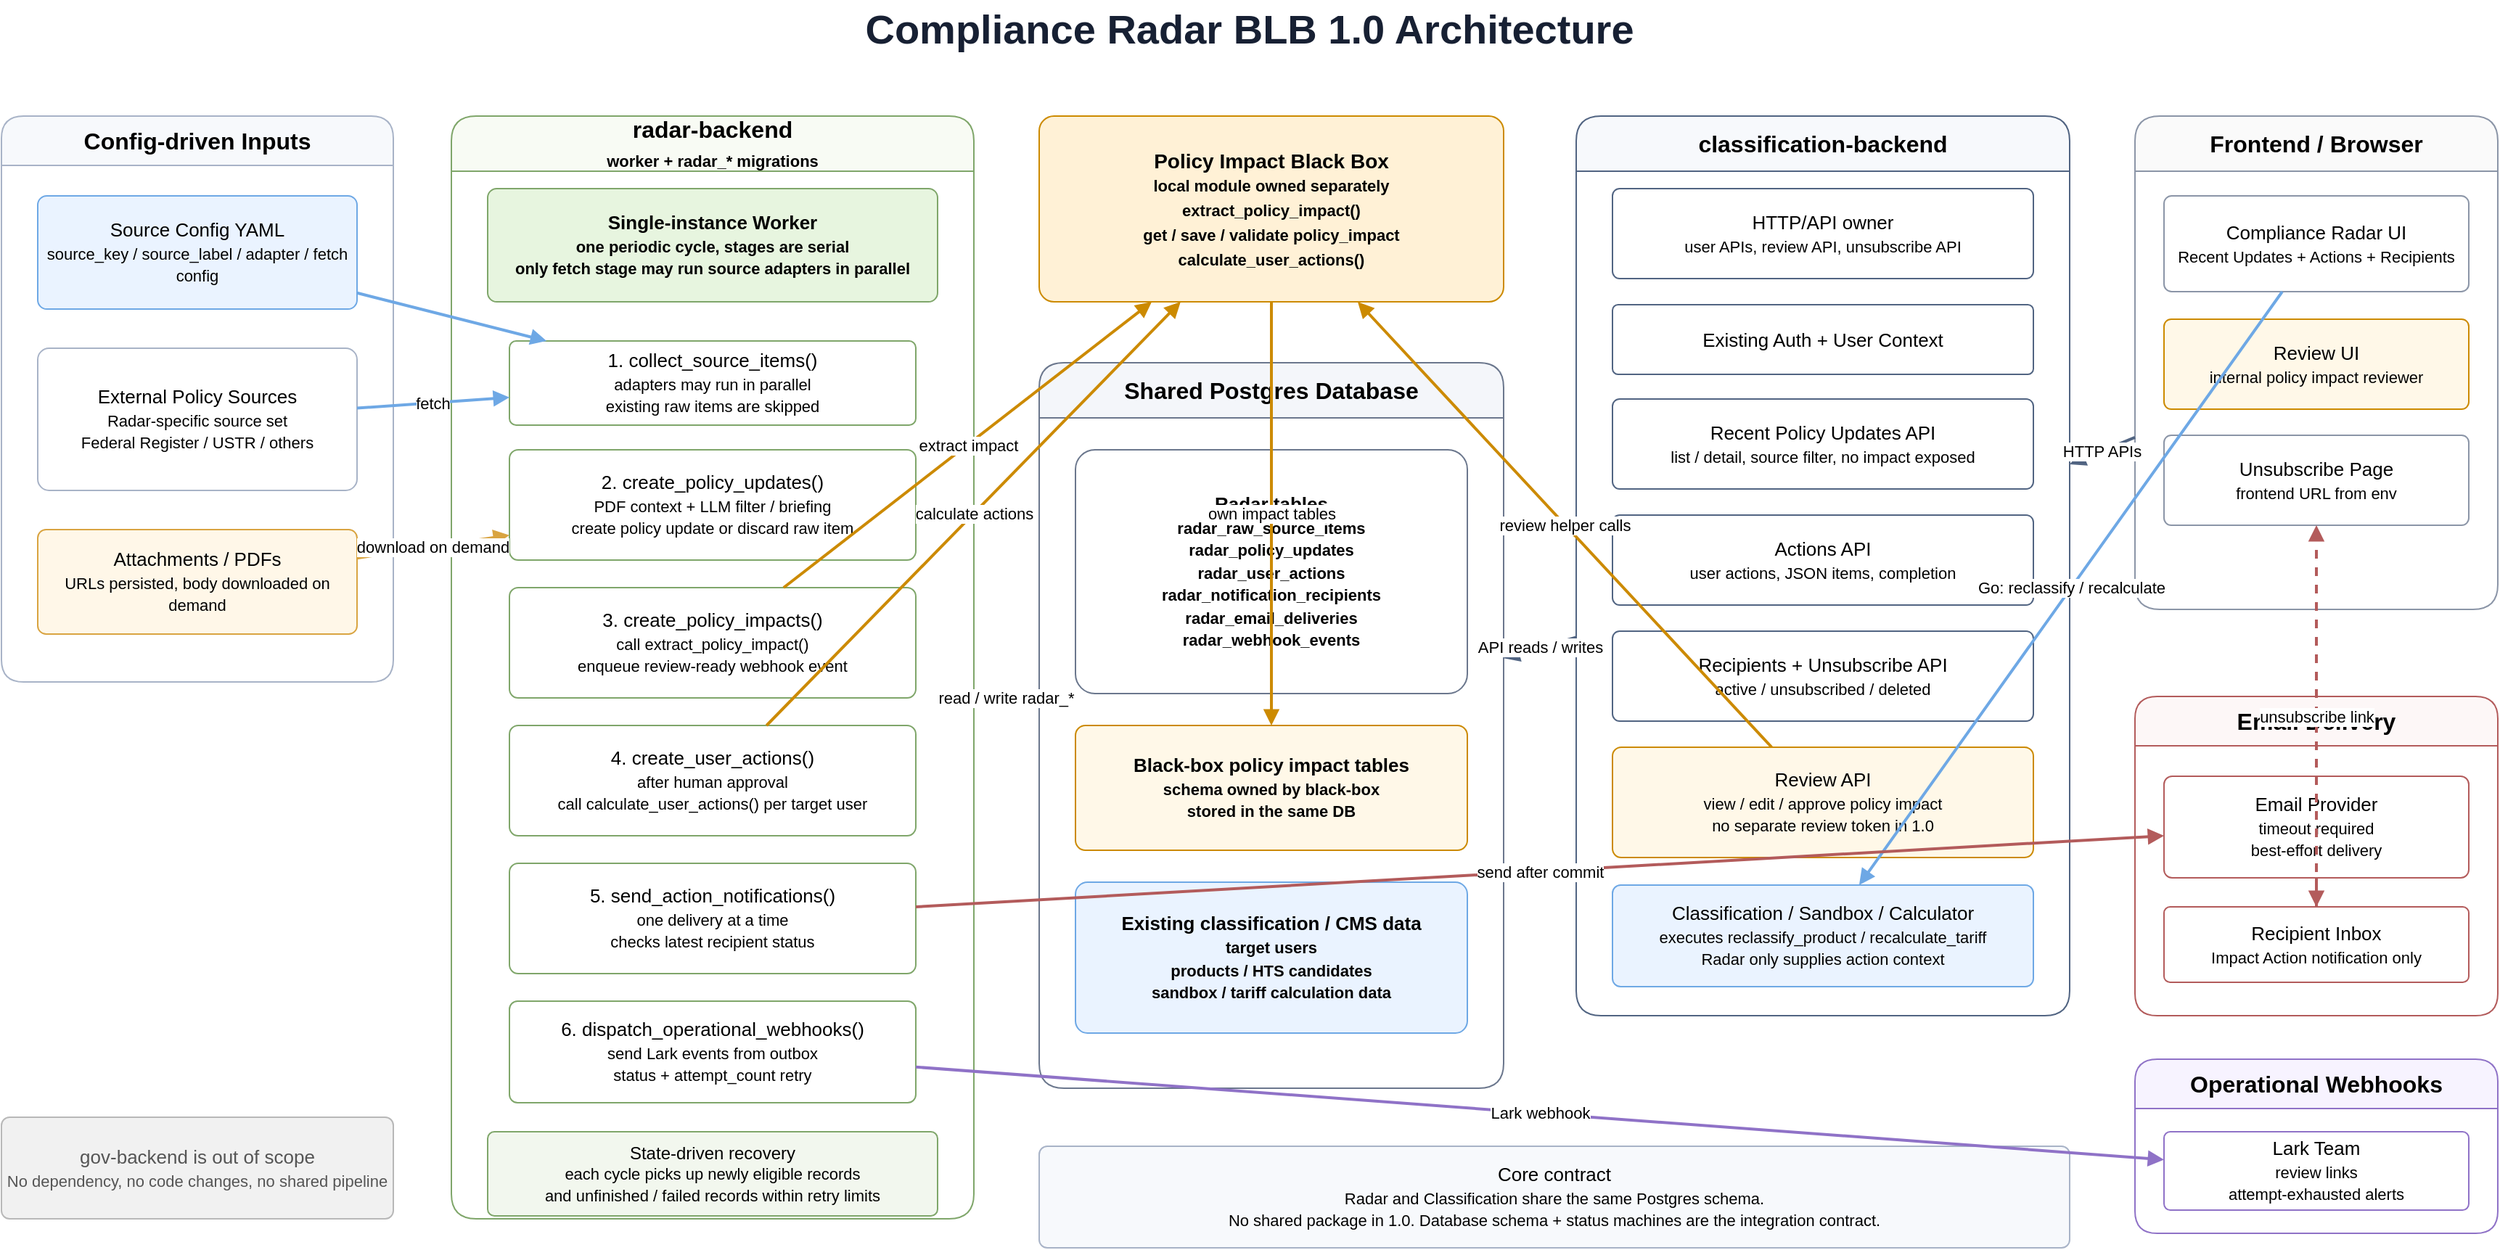
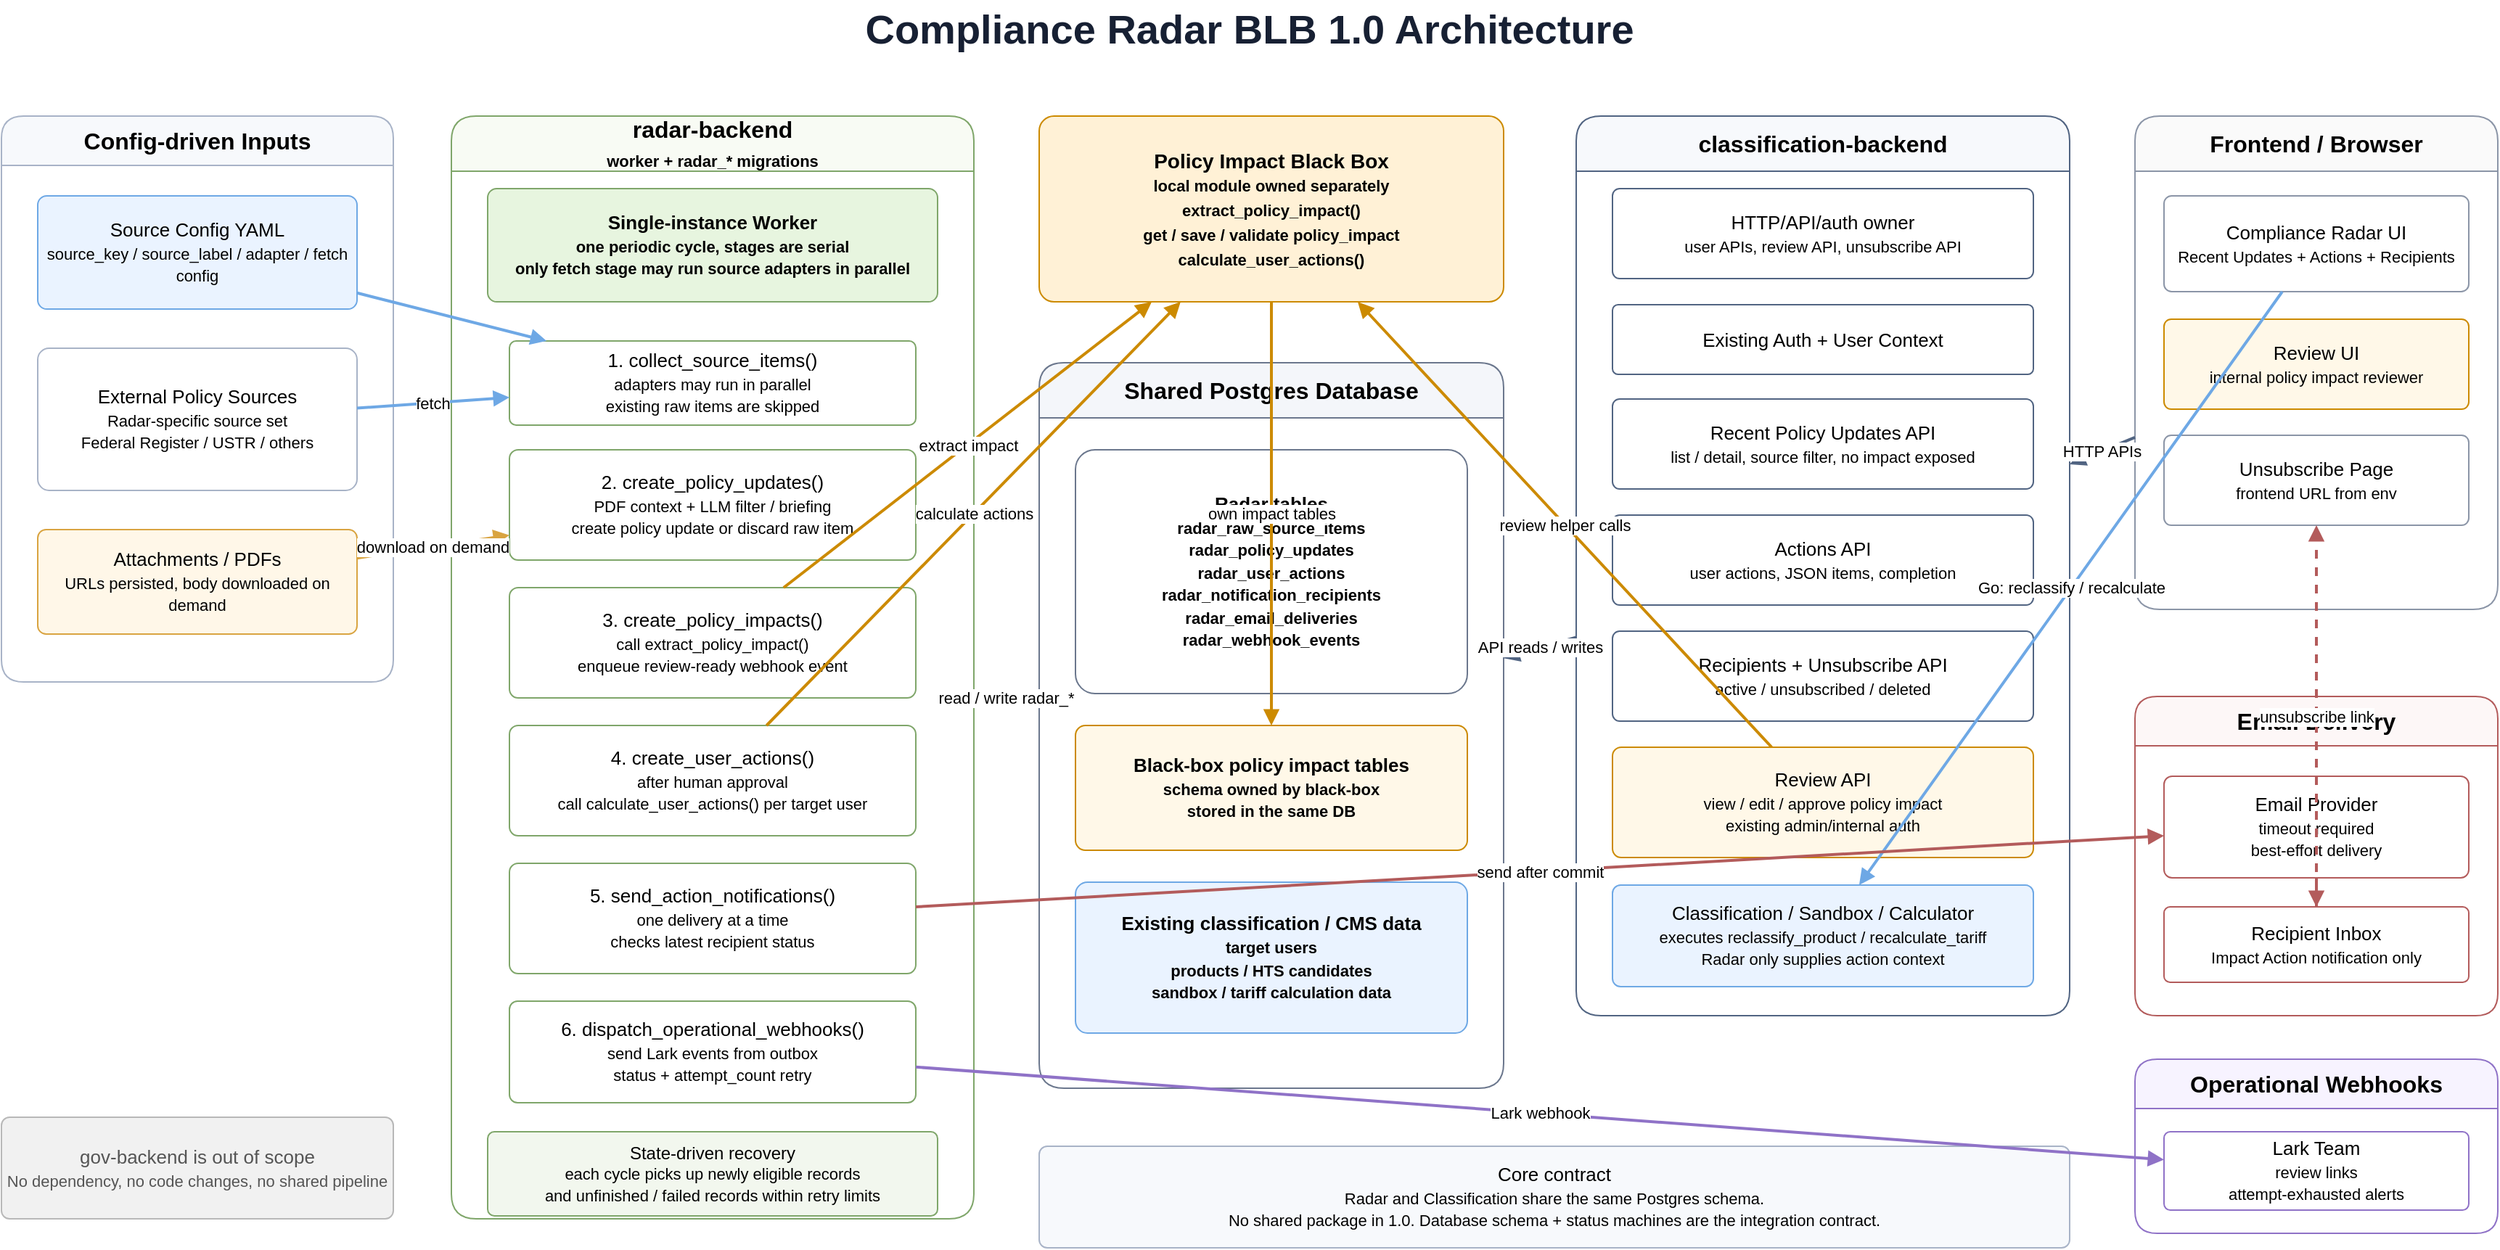
<mxfile host="app.diagrams.net" modified="2026-05-12T00:00:00.000Z" agent="Codex" version="24.7.17" type="device">
  <diagram id="compliance-radar-architecture" name="Compliance Radar Architecture">
    <mxGraphModel dx="1800" dy="1100" grid="1" gridSize="10" guides="1" tooltips="1" connect="1" arrows="1" fold="1" page="1" pageScale="1" pageWidth="1800" pageHeight="1100" math="0" shadow="0">
      <root>
        <mxCell id="0" />
        <mxCell id="1" parent="0" />

        <mxCell id="title" value="Compliance Radar BLB 1.0 Architecture" style="text;html=1;strokeColor=none;fillColor=none;align=center;verticalAlign=middle;whiteSpace=wrap;rounded=0;fontSize=28;fontStyle=1;fontColor=#172033;" vertex="1" parent="1">
          <mxGeometry x="40" y="20" width="1720" height="40" as="geometry" />
        </mxCell>

        <mxCell id="sourcesContainer" value="Config-driven Inputs" style="swimlane;html=1;startSize=34;rounded=1;whiteSpace=wrap;fillColor=#F7F9FC;strokeColor=#A8B3C7;fontSize=16;fontStyle=1;" vertex="1" parent="1">
          <mxGeometry x="40" y="100" width="270" height="390" as="geometry" />
        </mxCell>
        <mxCell id="sourceConfig" value="Source Config YAML&lt;br&gt;&lt;font style=&quot;font-size: 11px;&quot;&gt;source_key / source_label / adapter / fetch config&lt;/font&gt;" style="rounded=1;whiteSpace=wrap;html=1;arcSize=8;fillColor=#EAF3FF;strokeColor=#6EA8E5;fontSize=13;" vertex="1" parent="1">
          <mxGeometry x="65" y="155" width="220" height="78" as="geometry" />
        </mxCell>
        <mxCell id="externalSources" value="External Policy Sources&lt;br&gt;&lt;font style=&quot;font-size: 11px;&quot;&gt;Radar-specific source set&lt;br&gt;Federal Register / USTR / others&lt;/font&gt;" style="rounded=1;whiteSpace=wrap;html=1;arcSize=8;fillColor=#FFFFFF;strokeColor=#A8B3C7;fontSize=13;" vertex="1" parent="1">
          <mxGeometry x="65" y="260" width="220" height="98" as="geometry" />
        </mxCell>
        <mxCell id="attachments" value="Attachments / PDFs&lt;br&gt;&lt;font style=&quot;font-size: 11px;&quot;&gt;URLs persisted, body downloaded on demand&lt;/font&gt;" style="rounded=1;whiteSpace=wrap;html=1;arcSize=8;fillColor=#FFF7E8;strokeColor=#D9A441;fontSize=13;" vertex="1" parent="1">
          <mxGeometry x="65" y="385" width="220" height="72" as="geometry" />
        </mxCell>

        <mxCell id="radarContainer" value="radar-backend&lt;br&gt;&lt;font style=&quot;font-size: 11px;&quot;&gt;worker + radar_* migrations&lt;/font&gt;" style="swimlane;html=1;startSize=38;rounded=1;whiteSpace=wrap;fillColor=#F8FBF4;strokeColor=#7FA66A;fontSize=16;fontStyle=1;" vertex="1" parent="1">
          <mxGeometry x="350" y="100" width="360" height="760" as="geometry" />
        </mxCell>
        <mxCell id="singleWorker" value="Single-instance Worker&lt;br&gt;&lt;font style=&quot;font-size: 11px;&quot;&gt;one periodic cycle, stages are serial&lt;br&gt;only fetch stage may run source adapters in parallel&lt;/font&gt;" style="rounded=1;whiteSpace=wrap;html=1;arcSize=8;fillColor=#E7F5DF;strokeColor=#7FA66A;fontSize=13;fontStyle=1;" vertex="1" parent="1">
          <mxGeometry x="375" y="150" width="310" height="78" as="geometry" />
        </mxCell>
        <mxCell id="stageFetch" value="1. collect_source_items()&lt;br&gt;&lt;font style=&quot;font-size: 11px;&quot;&gt;adapters may run in parallel&lt;br&gt;existing raw items are skipped&lt;/font&gt;" style="rounded=1;whiteSpace=wrap;html=1;arcSize=8;fillColor=#FFFFFF;strokeColor=#7FA66A;fontSize=13;" vertex="1" parent="1">
          <mxGeometry x="390" y="255" width="280" height="58" as="geometry" />
        </mxCell>
        <mxCell id="stagePolicyUpdates" value="2. create_policy_updates()&lt;br&gt;&lt;font style=&quot;font-size: 11px;&quot;&gt;PDF context + LLM filter / briefing&lt;br&gt;create policy update or discard raw item&lt;/font&gt;" style="rounded=1;whiteSpace=wrap;html=1;arcSize=8;fillColor=#FFFFFF;strokeColor=#7FA66A;fontSize=13;" vertex="1" parent="1">
          <mxGeometry x="390" y="330" width="280" height="76" as="geometry" />
        </mxCell>
        <mxCell id="stageImpacts" value="3. create_policy_impacts()&lt;br&gt;&lt;font style=&quot;font-size: 11px;&quot;&gt;call extract_policy_impact()&lt;br&gt;enqueue review-ready webhook event&lt;/font&gt;" style="rounded=1;whiteSpace=wrap;html=1;arcSize=8;fillColor=#FFFFFF;strokeColor=#7FA66A;fontSize=13;" vertex="1" parent="1">
          <mxGeometry x="390" y="425" width="280" height="76" as="geometry" />
        </mxCell>
        <mxCell id="stageActions" value="4. create_user_actions()&lt;br&gt;&lt;font style=&quot;font-size: 11px;&quot;&gt;after human approval&lt;br&gt;call calculate_user_actions() per target user&lt;/font&gt;" style="rounded=1;whiteSpace=wrap;html=1;arcSize=8;fillColor=#FFFFFF;strokeColor=#7FA66A;fontSize=13;" vertex="1" parent="1">
          <mxGeometry x="390" y="520" width="280" height="76" as="geometry" />
        </mxCell>
        <mxCell id="stageEmail" value="5. send_action_notifications()&lt;br&gt;&lt;font style=&quot;font-size: 11px;&quot;&gt;one delivery at a time&lt;br&gt;checks latest recipient status&lt;/font&gt;" style="rounded=1;whiteSpace=wrap;html=1;arcSize=8;fillColor=#FFFFFF;strokeColor=#7FA66A;fontSize=13;" vertex="1" parent="1">
          <mxGeometry x="390" y="615" width="280" height="76" as="geometry" />
        </mxCell>
        <mxCell id="stageWebhooks" value="6. dispatch_operational_webhooks()&lt;br&gt;&lt;font style=&quot;font-size: 11px;&quot;&gt;send Lark events from outbox&lt;br&gt;status + attempt_count retry&lt;/font&gt;" style="rounded=1;whiteSpace=wrap;html=1;arcSize=8;fillColor=#FFFFFF;strokeColor=#7FA66A;fontSize=13;" vertex="1" parent="1">
          <mxGeometry x="390" y="710" width="280" height="70" as="geometry" />
        </mxCell>
        <mxCell id="stateDrivenRecovery" value="State-driven recovery&lt;br&gt;&lt;font style=&quot;font-size: 11px;&quot;&gt;each cycle picks up newly eligible records&lt;br&gt;and unfinished / failed records within retry limits&lt;/font&gt;" style="rounded=1;whiteSpace=wrap;html=1;arcSize=8;fillColor=#F2F7EE;strokeColor=#7FA66A;fontSize=12;" vertex="1" parent="1">
          <mxGeometry x="375" y="800" width="310" height="58" as="geometry" />
        </mxCell>

        <mxCell id="blackbox" value="Policy Impact Black Box&lt;br&gt;&lt;font style=&quot;font-size: 11px;&quot;&gt;local module owned separately&lt;br&gt;extract_policy_impact()&lt;br&gt;get / save / validate policy_impact&lt;br&gt;calculate_user_actions()&lt;/font&gt;" style="rounded=1;whiteSpace=wrap;html=1;arcSize=8;fillColor=#FFF1D6;strokeColor=#CC8A00;fontSize=14;fontStyle=1;" vertex="1" parent="1">
          <mxGeometry x="755" y="100" width="320" height="128" as="geometry" />
        </mxCell>

        <mxCell id="dbContainer" value="Shared Postgres Database" style="swimlane;html=1;startSize=38;rounded=1;whiteSpace=wrap;fillColor=#F4F6FA;strokeColor=#6B778D;fontSize=16;fontStyle=1;" vertex="1" parent="1">
          <mxGeometry x="755" y="270" width="320" height="500" as="geometry" />
        </mxCell>
        <mxCell id="radarTables" value="Radar tables&lt;br&gt;&lt;font style=&quot;font-size: 11px;&quot;&gt;radar_raw_source_items&lt;br&gt;radar_policy_updates&lt;br&gt;radar_user_actions&lt;br&gt;radar_notification_recipients&lt;br&gt;radar_email_deliveries&lt;br&gt;radar_webhook_events&lt;/font&gt;" style="rounded=1;whiteSpace=wrap;html=1;arcSize=8;fillColor=#FFFFFF;strokeColor=#6B778D;fontSize=13;fontStyle=1;" vertex="1" parent="1">
          <mxGeometry x="780" y="330" width="270" height="168" as="geometry" />
        </mxCell>
        <mxCell id="impactTables" value="Black-box policy impact tables&lt;br&gt;&lt;font style=&quot;font-size: 11px;&quot;&gt;schema owned by black-box&lt;br&gt;stored in the same DB&lt;/font&gt;" style="rounded=1;whiteSpace=wrap;html=1;arcSize=8;fillColor=#FFF8E8;strokeColor=#CC8A00;fontSize=13;fontStyle=1;" vertex="1" parent="1">
          <mxGeometry x="780" y="520" width="270" height="86" as="geometry" />
        </mxCell>
        <mxCell id="classificationTables" value="Existing classification / CMS data&lt;br&gt;&lt;font style=&quot;font-size: 11px;&quot;&gt;target users&lt;br&gt;products / HTS candidates&lt;br&gt;sandbox / tariff calculation data&lt;/font&gt;" style="rounded=1;whiteSpace=wrap;html=1;arcSize=8;fillColor=#EAF3FF;strokeColor=#6EA8E5;fontSize=13;fontStyle=1;" vertex="1" parent="1">
          <mxGeometry x="780" y="628" width="270" height="104" as="geometry" />
        </mxCell>

        <mxCell id="classificationContainer" value="classification-backend" style="swimlane;html=1;startSize=38;rounded=1;whiteSpace=wrap;fillColor=#F7F9FC;strokeColor=#516482;fontSize=16;fontStyle=1;" vertex="1" parent="1">
          <mxGeometry x="1125" y="100" width="340" height="620" as="geometry" />
        </mxCell>
-         <mxCell id="migrationOwner" value="HTTP/API owner&lt;br&gt;&lt;font style=&quot;font-size: 11px;&quot;&gt;user APIs, review API, unsubscribe API&lt;/font&gt;" style="rounded=1;whiteSpace=wrap;html=1;arcSize=8;fillColor=#FFFFFF;strokeColor=#516482;fontSize=13;" vertex="1" parent="1">
+         <mxCell id="migrationOwner" value="HTTP/API/auth owner&lt;br&gt;&lt;font style=&quot;font-size: 11px;&quot;&gt;user APIs, review API, unsubscribe API&lt;/font&gt;" style="rounded=1;whiteSpace=wrap;html=1;arcSize=8;fillColor=#FFFFFF;strokeColor=#516482;fontSize=13;" vertex="1" parent="1">
          <mxGeometry x="1150" y="150" width="290" height="62" as="geometry" />
        </mxCell>
        <mxCell id="authApi" value="Existing Auth + User Context" style="rounded=1;whiteSpace=wrap;html=1;arcSize=8;fillColor=#FFFFFF;strokeColor=#516482;fontSize=13;" vertex="1" parent="1">
          <mxGeometry x="1150" y="230" width="290" height="48" as="geometry" />
        </mxCell>
        <mxCell id="recentApi" value="Recent Policy Updates API&lt;br&gt;&lt;font style=&quot;font-size: 11px;&quot;&gt;list / detail, source filter, no impact exposed&lt;/font&gt;" style="rounded=1;whiteSpace=wrap;html=1;arcSize=8;fillColor=#FFFFFF;strokeColor=#516482;fontSize=13;" vertex="1" parent="1">
          <mxGeometry x="1150" y="295" width="290" height="62" as="geometry" />
        </mxCell>
        <mxCell id="actionApi" value="Actions API&lt;br&gt;&lt;font style=&quot;font-size: 11px;&quot;&gt;user actions, JSON items, completion&lt;/font&gt;" style="rounded=1;whiteSpace=wrap;html=1;arcSize=8;fillColor=#FFFFFF;strokeColor=#516482;fontSize=13;" vertex="1" parent="1">
          <mxGeometry x="1150" y="375" width="290" height="62" as="geometry" />
        </mxCell>
        <mxCell id="recipientApi" value="Recipients + Unsubscribe API&lt;br&gt;&lt;font style=&quot;font-size: 11px;&quot;&gt;active / unsubscribed / deleted&lt;/font&gt;" style="rounded=1;whiteSpace=wrap;html=1;arcSize=8;fillColor=#FFFFFF;strokeColor=#516482;fontSize=13;" vertex="1" parent="1">
          <mxGeometry x="1150" y="455" width="290" height="62" as="geometry" />
        </mxCell>
-         <mxCell id="reviewApi" value="Review API&lt;br&gt;&lt;font style=&quot;font-size: 11px;&quot;&gt;view / edit / approve policy impact&lt;br&gt;no separate review token in 1.0&lt;/font&gt;" style="rounded=1;whiteSpace=wrap;html=1;arcSize=8;fillColor=#FFF8E8;strokeColor=#CC8A00;fontSize=13;" vertex="1" parent="1">
+         <mxCell id="reviewApi" value="Review API&lt;br&gt;&lt;font style=&quot;font-size: 11px;&quot;&gt;view / edit / approve policy impact&lt;br&gt;existing admin/internal auth&lt;/font&gt;" style="rounded=1;whiteSpace=wrap;html=1;arcSize=8;fillColor=#FFF8E8;strokeColor=#CC8A00;fontSize=13;" vertex="1" parent="1">
          <mxGeometry x="1150" y="535" width="290" height="76" as="geometry" />
        </mxCell>
        <mxCell id="executionApi" value="Classification / Sandbox / Calculator&lt;br&gt;&lt;font style=&quot;font-size: 11px;&quot;&gt;executes reclassify_product / recalculate_tariff&lt;br&gt;Radar only supplies action context&lt;/font&gt;" style="rounded=1;whiteSpace=wrap;html=1;arcSize=8;fillColor=#EAF3FF;strokeColor=#6EA8E5;fontSize=13;" vertex="1" parent="1">
          <mxGeometry x="1150" y="630" width="290" height="70" as="geometry" />
        </mxCell>

        <mxCell id="frontendContainer" value="Frontend / Browser" style="swimlane;html=1;startSize=38;rounded=1;whiteSpace=wrap;fillColor=#FAFAFA;strokeColor=#8B95A7;fontSize=16;fontStyle=1;" vertex="1" parent="1">
          <mxGeometry x="1510" y="100" width="250" height="340" as="geometry" />
        </mxCell>
        <mxCell id="radarUi" value="Compliance Radar UI&lt;br&gt;&lt;font style=&quot;font-size: 11px;&quot;&gt;Recent Updates + Actions + Recipients&lt;/font&gt;" style="rounded=1;whiteSpace=wrap;html=1;arcSize=8;fillColor=#FFFFFF;strokeColor=#8B95A7;fontSize=13;" vertex="1" parent="1">
          <mxGeometry x="1530" y="155" width="210" height="66" as="geometry" />
        </mxCell>
        <mxCell id="reviewUi" value="Review UI&lt;br&gt;&lt;font style=&quot;font-size: 11px;&quot;&gt;internal policy impact reviewer&lt;/font&gt;" style="rounded=1;whiteSpace=wrap;html=1;arcSize=8;fillColor=#FFF8E8;strokeColor=#CC8A00;fontSize=13;" vertex="1" parent="1">
          <mxGeometry x="1530" y="240" width="210" height="62" as="geometry" />
        </mxCell>
        <mxCell id="unsubscribePage" value="Unsubscribe Page&lt;br&gt;&lt;font style=&quot;font-size: 11px;&quot;&gt;frontend URL from env&lt;/font&gt;" style="rounded=1;whiteSpace=wrap;html=1;arcSize=8;fillColor=#FFFFFF;strokeColor=#8B95A7;fontSize=13;" vertex="1" parent="1">
          <mxGeometry x="1530" y="320" width="210" height="62" as="geometry" />
        </mxCell>

        <mxCell id="emailContainer" value="Email Delivery" style="swimlane;html=1;startSize=34;rounded=1;whiteSpace=wrap;fillColor=#FDF7F7;strokeColor=#B35B5B;fontSize=16;fontStyle=1;" vertex="1" parent="1">
          <mxGeometry x="1510" y="500" width="250" height="220" as="geometry" />
        </mxCell>
        <mxCell id="emailProvider" value="Email Provider&lt;br&gt;&lt;font style=&quot;font-size: 11px;&quot;&gt;timeout required&lt;br&gt;best-effort delivery&lt;/font&gt;" style="rounded=1;whiteSpace=wrap;html=1;arcSize=8;fillColor=#FFFFFF;strokeColor=#B35B5B;fontSize=13;" vertex="1" parent="1">
          <mxGeometry x="1530" y="555" width="210" height="70" as="geometry" />
        </mxCell>
        <mxCell id="recipientInbox" value="Recipient Inbox&lt;br&gt;&lt;font style=&quot;font-size: 11px;&quot;&gt;Impact Action notification only&lt;/font&gt;" style="rounded=1;whiteSpace=wrap;html=1;arcSize=8;fillColor=#FFFFFF;strokeColor=#B35B5B;fontSize=13;" vertex="1" parent="1">
          <mxGeometry x="1530" y="645" width="210" height="52" as="geometry" />
        </mxCell>

        <mxCell id="opsContainer" value="Operational Webhooks" style="swimlane;html=1;startSize=34;rounded=1;whiteSpace=wrap;fillColor=#F7F3FF;strokeColor=#8F72C7;fontSize=16;fontStyle=1;" vertex="1" parent="1">
          <mxGeometry x="1510" y="750" width="250" height="120" as="geometry" />
        </mxCell>
        <mxCell id="larkTeam" value="Lark Team&lt;br&gt;&lt;font style=&quot;font-size: 11px;&quot;&gt;review links&lt;br&gt;attempt-exhausted alerts&lt;/font&gt;" style="rounded=1;whiteSpace=wrap;html=1;arcSize=8;fillColor=#FFFFFF;strokeColor=#8F72C7;fontSize=13;" vertex="1" parent="1">
          <mxGeometry x="1530" y="800" width="210" height="54" as="geometry" />
        </mxCell>

        <mxCell id="notGov" value="gov-backend is out of scope&lt;br&gt;&lt;font style=&quot;font-size: 11px;&quot;&gt;No dependency, no code changes, no shared pipeline&lt;/font&gt;" style="rounded=1;whiteSpace=wrap;html=1;arcSize=8;fillColor=#F1F1F1;strokeColor=#B8B8B8;fontSize=13;fontColor=#555555;" vertex="1" parent="1">
          <mxGeometry x="40" y="790" width="270" height="70" as="geometry" />
        </mxCell>

        <mxCell id="legend" value="Core contract&lt;br&gt;&lt;font style=&quot;font-size: 11px;&quot;&gt;Radar and Classification share the same Postgres schema.&lt;br&gt;No shared package in 1.0. Database schema + status machines are the integration contract.&lt;/font&gt;" style="rounded=1;whiteSpace=wrap;html=1;arcSize=8;fillColor=#F7F9FC;strokeColor=#A8B3C7;fontSize=13;" vertex="1" parent="1">
          <mxGeometry x="755" y="810" width="710" height="70" as="geometry" />
        </mxCell>

        <mxCell id="eConfigFetch" value="" style="endArrow=block;html=1;rounded=0;strokeWidth=2;strokeColor=#6EA8E5;" edge="1" parent="1" source="sourceConfig" target="stageFetch">
          <mxGeometry relative="1" as="geometry" />
        </mxCell>
        <mxCell id="eSourcesFetch" value="fetch" style="endArrow=block;html=1;rounded=0;strokeWidth=2;strokeColor=#6EA8E5;fontSize=11;" edge="1" parent="1" source="externalSources" target="stageFetch">
          <mxGeometry relative="1" as="geometry" />
        </mxCell>
        <mxCell id="ePdfsProcess" value="download on demand" style="endArrow=block;html=1;rounded=0;strokeWidth=2;strokeColor=#D9A441;fontSize=11;" edge="1" parent="1" source="attachments" target="stagePolicyUpdates">
          <mxGeometry relative="1" as="geometry" />
        </mxCell>

        <mxCell id="eWorkerDb" value="read / write radar_*" style="endArrow=block;html=1;rounded=0;strokeWidth=2;strokeColor=#5B7F4D;fontSize=11;" edge="1" parent="1" source="radarContainer" target="dbContainer">
          <mxGeometry relative="1" as="geometry" />
        </mxCell>
        <mxCell id="eWorkerBlackbox" value="extract impact" style="endArrow=block;html=1;rounded=0;strokeWidth=2;strokeColor=#CC8A00;fontSize=11;" edge="1" parent="1" source="stageImpacts" target="blackbox">
          <mxGeometry relative="1" as="geometry" />
        </mxCell>
        <mxCell id="eActionsBlackbox" value="calculate actions" style="endArrow=block;html=1;rounded=0;strokeWidth=2;strokeColor=#CC8A00;fontSize=11;" edge="1" parent="1" source="stageActions" target="blackbox">
          <mxGeometry relative="1" as="geometry">
            <mxPoint x="725" y="615" as="targetPoint" />
          </mxGeometry>
        </mxCell>
        <mxCell id="eOpsWebhook" value="Lark webhook" style="endArrow=block;html=1;rounded=0;strokeWidth=2;strokeColor=#8F72C7;fontSize=11;" edge="1" parent="1" source="stageWebhooks" target="larkTeam">
          <mxGeometry relative="1" as="geometry" />
        </mxCell>
        <mxCell id="eBlackboxDb" value="own impact tables" style="endArrow=block;html=1;rounded=0;strokeWidth=2;strokeColor=#CC8A00;fontSize=11;" edge="1" parent="1" source="blackbox" target="impactTables">
          <mxGeometry relative="1" as="geometry" />
        </mxCell>

        <mxCell id="eClassDb" value="API reads / writes" style="endArrow=block;html=1;rounded=0;strokeWidth=2;strokeColor=#516482;fontSize=11;" edge="1" parent="1" source="classificationContainer" target="dbContainer">
          <mxGeometry relative="1" as="geometry" />
        </mxCell>
        <mxCell id="eReviewBlackbox" value="review helper calls" style="endArrow=block;html=1;rounded=0;strokeWidth=2;strokeColor=#CC8A00;fontSize=11;" edge="1" parent="1" source="reviewApi" target="blackbox">
          <mxGeometry relative="1" as="geometry" />
        </mxCell>

        <mxCell id="eFrontendBackend" value="HTTP APIs" style="endArrow=block;html=1;rounded=0;strokeWidth=2;strokeColor=#516482;fontSize=11;" edge="1" parent="1" source="frontendContainer" target="classificationContainer">
          <mxGeometry relative="1" as="geometry" />
        </mxCell>
        <mxCell id="eGoExecute" value="Go: reclassify / recalculate" style="endArrow=block;html=1;rounded=0;strokeWidth=2;strokeColor=#6EA8E5;fontSize=11;" edge="1" parent="1" source="radarUi" target="executionApi">
          <mxGeometry relative="1" as="geometry" />
        </mxCell>
        <mxCell id="eEmailProvider" value="send after commit" style="endArrow=block;html=1;rounded=0;strokeWidth=2;strokeColor=#B35B5B;fontSize=11;" edge="1" parent="1" source="stageEmail" target="emailProvider">
          <mxGeometry relative="1" as="geometry" />
        </mxCell>
        <mxCell id="eProviderInbox" value="" style="endArrow=block;html=1;rounded=0;strokeWidth=2;strokeColor=#B35B5B;" edge="1" parent="1" source="emailProvider" target="recipientInbox">
          <mxGeometry relative="1" as="geometry" />
        </mxCell>
        <mxCell id="eUnsubscribe" value="unsubscribe link" style="endArrow=block;html=1;rounded=0;strokeWidth=2;strokeColor=#B35B5B;fontSize=11;dashed=1;" edge="1" parent="1" source="recipientInbox" target="unsubscribePage">
          <mxGeometry relative="1" as="geometry" />
        </mxCell>
      </root>
    </mxGraphModel>
  </diagram>
</mxfile>
